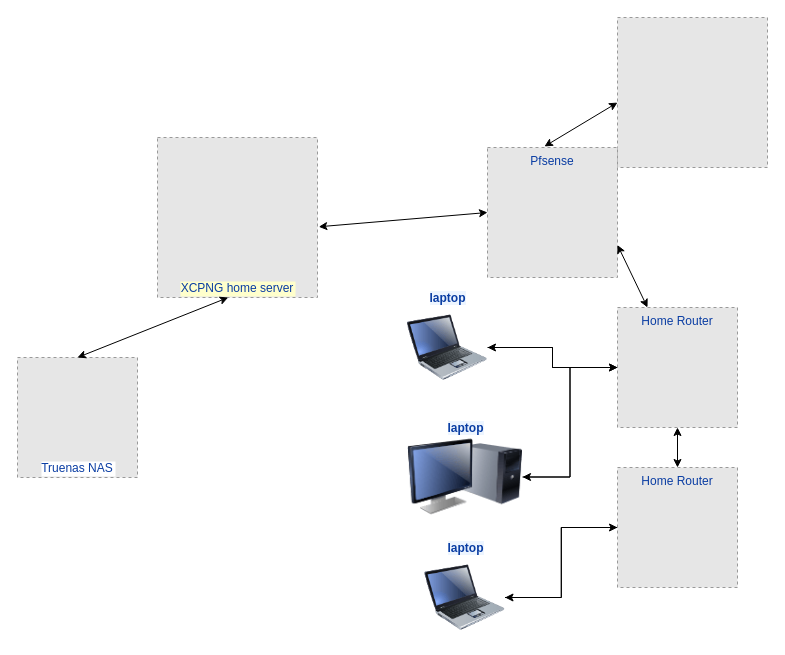
Before: local_network.drawio in newknowledg/vim-settings, a draw.io diagram. Source tidied: cells renumbered, new cells numbered last; positions are measured from the earlier drawing's top-left corner, leaving out a move shared by most shapes. Both pictures are drawn from the tidied source at 100%, with x=0, y=0 at pixel (17, 17). Pictures stored in the file or linked from it are replaced by grey dashed boxes.
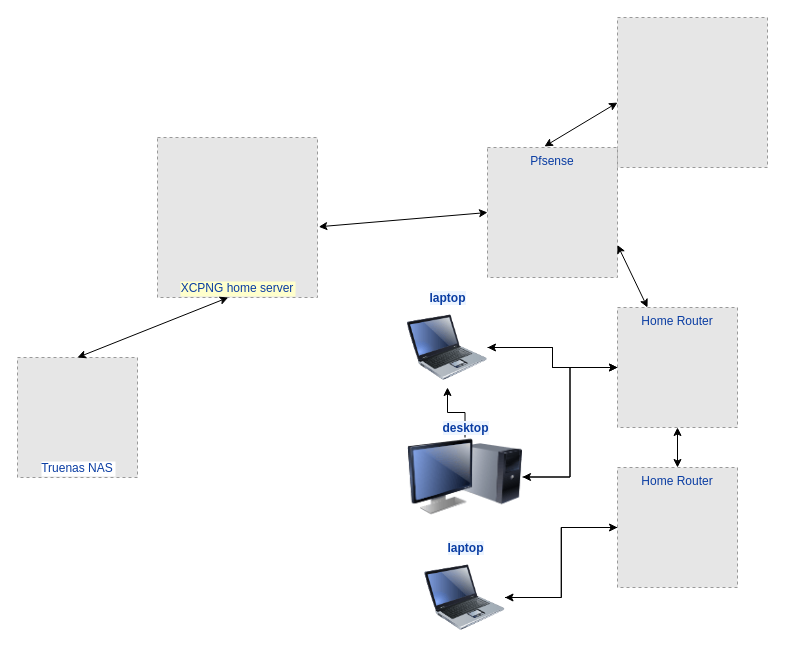
Above is the later version.

Unchanged cells that the change refers to:
```xml
<mxCell id="19" value="laptop" style="image;html=1;image=img/lib/clip_art/computers/Laptop_128x128.png;fontFamily=Helvetica;fontSize=12;fontColor=#0A3DA3;align=center;strokeWidth=2;fillColor=#EDF5FF;fontStyle=1;verticalAlign=bottom;strokeColor=none;labelBackgroundColor=#EDF5FF;labelBorderColor=none;labelPosition=center;verticalLabelPosition=top;" parent="1" vertex="1">
  <mxGeometry x="390" y="290" width="80" height="80" as="geometry" />
</mxCell>
```

Diff of the diagram source:
```diff
@@
+    <mxCell id="22" style="edgeStyle=orthogonalEdgeStyle;rounded=0;jettySize=auto;html=1;" parent="1" edge="1" source="21" target="19">
+      <mxGeometry relative="1" as="geometry" />
+    </mxCell>
-    <mxCell id="21" value="laptop" style="image;html=1;image=img/lib/clip_art/computers/Monitor_Tower_128x128.png;fontFamily=Helvetica;fontSize=12;fontColor=#0A3DA3;align=center;strokeWidth=2;fillColor=#EDF5FF;fontStyle=1;verticalAlign=bottom;strokeColor=none;labelBackgroundColor=#EDF5FF;labelBorderColor=none;labelPosition=center;verticalLabelPosition=top;" parent="1" vertex="1">
+    <mxCell id="21" value="desktop" style="image;html=1;image=img/lib/clip_art/computers/Monitor_Tower_128x128.png;fontFamily=Helvetica;fontSize=12;fontColor=#0A3DA3;align=center;strokeWidth=2;fillColor=#EDF5FF;fontStyle=1;verticalAlign=bottom;strokeColor=none;labelBackgroundColor=#EDF5FF;labelBorderColor=none;labelPosition=center;verticalLabelPosition=top;" parent="1" vertex="1">
       <mxGeometry x="390" y="420" width="115" height="79" as="geometry" />
     </mxCell>
```
